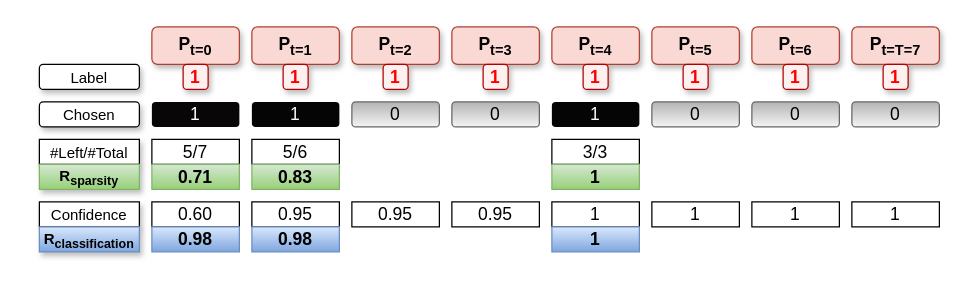
Before: paper_rl/img/rewards_calc_example.drawio in binh04032003/adversarial-recurrent-ids, a draw.io diagram. Source tidied: cells renumbered, new cells numbered last; positions are measured from the earlier drawing's top-left corner, leaving out a move shared by most shapes. Both pictures are drawn from the tidied source at 125%, with x=0, y=0 at pixel (39, 26).
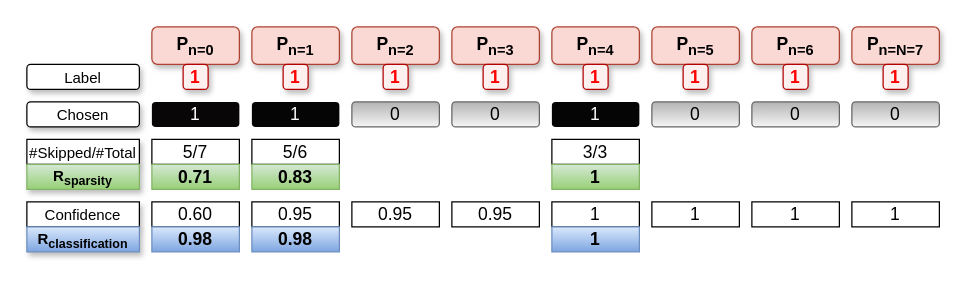
The same diagram, later.

Commit message (it also covers changes not shown here):
revise paper based on Tanja's comments: text modifications, figures improvements.

What changed in the source:
```diff
@@
-    <mxCell id="2" value="P&lt;sub&gt;t=0&lt;/sub&gt;" style="rounded=1;whiteSpace=wrap;html=1;fillColor=#fad9d5;strokeColor=#ae4132;fontStyle=1;fontSize=14;shadow=1;" parent="1" vertex="1">
+    <mxCell id="2" value="P&lt;sub&gt;n=0&lt;/sub&gt;" style="rounded=1;whiteSpace=wrap;html=1;fillColor=#fad9d5;strokeColor=#ae4132;fontStyle=1;fontSize=14;shadow=1;" parent="1" vertex="1">
       <mxGeometry x="90" width="70" height="30" as="geometry" />
     </mxCell>
-    <mxCell id="3" value="P&lt;sub&gt;t=1&lt;/sub&gt;" style="rounded=1;whiteSpace=wrap;html=1;fillColor=#fad9d5;strokeColor=#ae4132;fontSize=14;fontStyle=1;shadow=1;" parent="1" vertex="1">
+    <mxCell id="3" value="P&lt;sub&gt;n=1&lt;/sub&gt;" style="rounded=1;whiteSpace=wrap;html=1;fillColor=#fad9d5;strokeColor=#ae4132;fontSize=14;fontStyle=1;shadow=1;" parent="1" vertex="1">
       <mxGeometry x="170" width="70" height="30" as="geometry" />
     </mxCell>
-    <mxCell id="4" value="P&lt;sub&gt;t=2&lt;/sub&gt;" style="rounded=1;whiteSpace=wrap;html=1;fillColor=#fad9d5;strokeColor=#ae4132;fontSize=14;fontStyle=1;shadow=1;" parent="1" vertex="1">
+    <mxCell id="4" value="P&lt;sub&gt;n=2&lt;/sub&gt;" style="rounded=1;whiteSpace=wrap;html=1;fillColor=#fad9d5;strokeColor=#ae4132;fontSize=14;fontStyle=1;shadow=1;" parent="1" vertex="1">
       <mxGeometry x="250" width="70" height="30" as="geometry" />
     </mxCell>
-    <mxCell id="5" value="P&lt;sub&gt;t=3&lt;/sub&gt;" style="rounded=1;whiteSpace=wrap;html=1;fillColor=#fad9d5;strokeColor=#ae4132;fontSize=14;fontStyle=1;shadow=1;" parent="1" vertex="1">
+    <mxCell id="5" value="P&lt;sub&gt;n=3&lt;/sub&gt;" style="rounded=1;whiteSpace=wrap;html=1;fillColor=#fad9d5;strokeColor=#ae4132;fontSize=14;fontStyle=1;shadow=1;" parent="1" vertex="1">
       <mxGeometry x="330" width="70" height="30" as="geometry" />
     </mxCell>
-    <mxCell id="6" value="P&lt;sub&gt;t=4&lt;/sub&gt;" style="rounded=1;whiteSpace=wrap;html=1;fillColor=#fad9d5;strokeColor=#ae4132;fontSize=14;fontStyle=1;shadow=1;" parent="1" vertex="1">
+    <mxCell id="6" value="P&lt;sub&gt;n=4&lt;/sub&gt;" style="rounded=1;whiteSpace=wrap;html=1;fillColor=#fad9d5;strokeColor=#ae4132;fontSize=14;fontStyle=1;shadow=1;" parent="1" vertex="1">
       <mxGeometry x="410" width="70" height="30" as="geometry" />
     </mxCell>
-    <mxCell id="7" value="P&lt;sub&gt;t=5&lt;/sub&gt;" style="rounded=1;whiteSpace=wrap;html=1;fillColor=#fad9d5;strokeColor=#ae4132;fontSize=14;fontStyle=1;shadow=1;" parent="1" vertex="1">
+    <mxCell id="7" value="P&lt;sub&gt;n=5&lt;/sub&gt;" style="rounded=1;whiteSpace=wrap;html=1;fillColor=#fad9d5;strokeColor=#ae4132;fontSize=14;fontStyle=1;shadow=1;" parent="1" vertex="1">
       <mxGeometry x="490" width="70" height="30" as="geometry" />
     </mxCell>
-    <mxCell id="8" value="P&lt;sub&gt;t=6&lt;/sub&gt;" style="rounded=1;whiteSpace=wrap;html=1;fillColor=#fad9d5;strokeColor=#ae4132;fontSize=14;fontStyle=1;shadow=1;" parent="1" vertex="1">
+    <mxCell id="8" value="P&lt;sub&gt;n=6&lt;/sub&gt;" style="rounded=1;whiteSpace=wrap;html=1;fillColor=#fad9d5;strokeColor=#ae4132;fontSize=14;fontStyle=1;shadow=1;" parent="1" vertex="1">
       <mxGeometry x="570" width="70" height="30" as="geometry" />
     </mxCell>
-    <mxCell id="9" value="P&lt;sub&gt;t=T=7&lt;/sub&gt;" style="rounded=1;whiteSpace=wrap;html=1;fillColor=#fad9d5;strokeColor=#ae4132;fontSize=14;fontStyle=1;shadow=1;" parent="1" vertex="1">
+    <mxCell id="9" value="P&lt;sub&gt;n=N=7&lt;/sub&gt;" style="rounded=1;whiteSpace=wrap;html=1;fillColor=#fad9d5;strokeColor=#ae4132;fontSize=14;fontStyle=1;shadow=1;" parent="1" vertex="1">
       <mxGeometry x="650" width="70" height="30" as="geometry" />
     </mxCell>
@@
     <mxCell id="15" value="&lt;font style=&quot;font-size: 12px&quot;&gt;Chosen&lt;/font&gt;" style="rounded=1;whiteSpace=wrap;html=1;fontSize=14;shadow=1;" parent="1" vertex="1">
-      <mxGeometry y="60" width="80" height="20" as="geometry" />
+      <mxGeometry x="-10" y="60" width="90" height="20" as="geometry" />
     </mxCell>
     <mxCell id="16" value="&lt;font style=&quot;font-size: 12px&quot;&gt;Confidence&lt;/font&gt;" style="rounded=0;whiteSpace=wrap;html=1;fontSize=14;shadow=1;" parent="1" vertex="1">
-      <mxGeometry y="140" width="80" height="20" as="geometry" />
+      <mxGeometry x="-10" y="140" width="90" height="20" as="geometry" />
     </mxCell>
     <mxCell id="17" value="&lt;b&gt;&lt;font style=&quot;font-size: 12px&quot;&gt;R&lt;sub&gt;classification&lt;/sub&gt;&lt;/font&gt;&lt;/b&gt;" style="rounded=0;whiteSpace=wrap;html=1;fontSize=14;gradientColor=#7ea6e0;fillColor=#dae8fc;strokeColor=#6c8ebf;shadow=1;" parent="1" vertex="1">
-      <mxGeometry y="160" width="80" height="20" as="geometry" />
+      <mxGeometry x="-10" y="160" width="90" height="20" as="geometry" />
     </mxCell>
-    <mxCell id="18" value="&lt;font style=&quot;font-size: 12px&quot;&gt;#Left/#Total&lt;/font&gt;" style="rounded=0;whiteSpace=wrap;html=1;fontSize=14;shadow=1;" parent="1" vertex="1">
-      <mxGeometry y="90" width="80" height="20" as="geometry" />
+    <mxCell id="18" value="&lt;font style=&quot;font-size: 12px&quot;&gt;#Skipped/#Total&lt;/font&gt;" style="rounded=0;whiteSpace=wrap;html=1;fontSize=14;shadow=1;" parent="1" vertex="1">
+      <mxGeometry x="-10" y="90" width="90" height="20" as="geometry" />
     </mxCell>
     <mxCell id="19" value="&lt;b&gt;&lt;font style=&quot;font-size: 12px&quot;&gt;R&lt;sub&gt;sparsity&lt;/sub&gt;&lt;/font&gt;&lt;/b&gt;" style="rounded=0;whiteSpace=wrap;html=1;fontSize=14;gradientColor=#97d077;fillColor=#d5e8d4;strokeColor=#82b366;shadow=1;" parent="1" vertex="1">
-      <mxGeometry y="110" width="80" height="20" as="geometry" />
+      <mxGeometry x="-10" y="110" width="90" height="20" as="geometry" />
     </mxCell>
@@
     <mxCell id="41" value="&lt;font style=&quot;font-size: 12px&quot;&gt;Label&lt;/font&gt;" style="rounded=1;whiteSpace=wrap;html=1;fontSize=14;glass=0;comic=0;shadow=1;" parent="1" vertex="1">
-      <mxGeometry y="30" width="80" height="20" as="geometry" />
+      <mxGeometry x="-10" y="30" width="90" height="20" as="geometry" />
     </mxCell>
```
